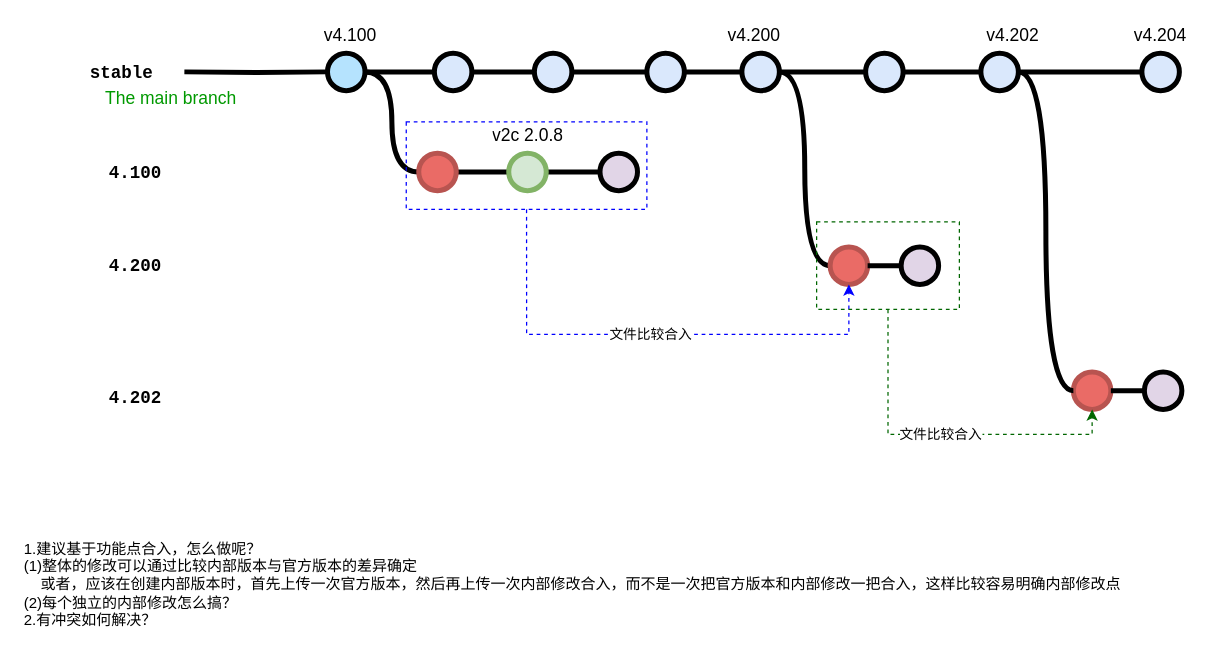
Before: verilator_digrams/version_manage.drawio in Dercury/CLDK, a draw.io diagram. Source tidied: cells renumbered, new cells numbered last; positions are measured from the earlier drawing's top-left corner, leaving out a move shared by most shapes. Both pictures are drawn from the tidied source at 125%, with x=0, y=0 at pixel (21, 21).
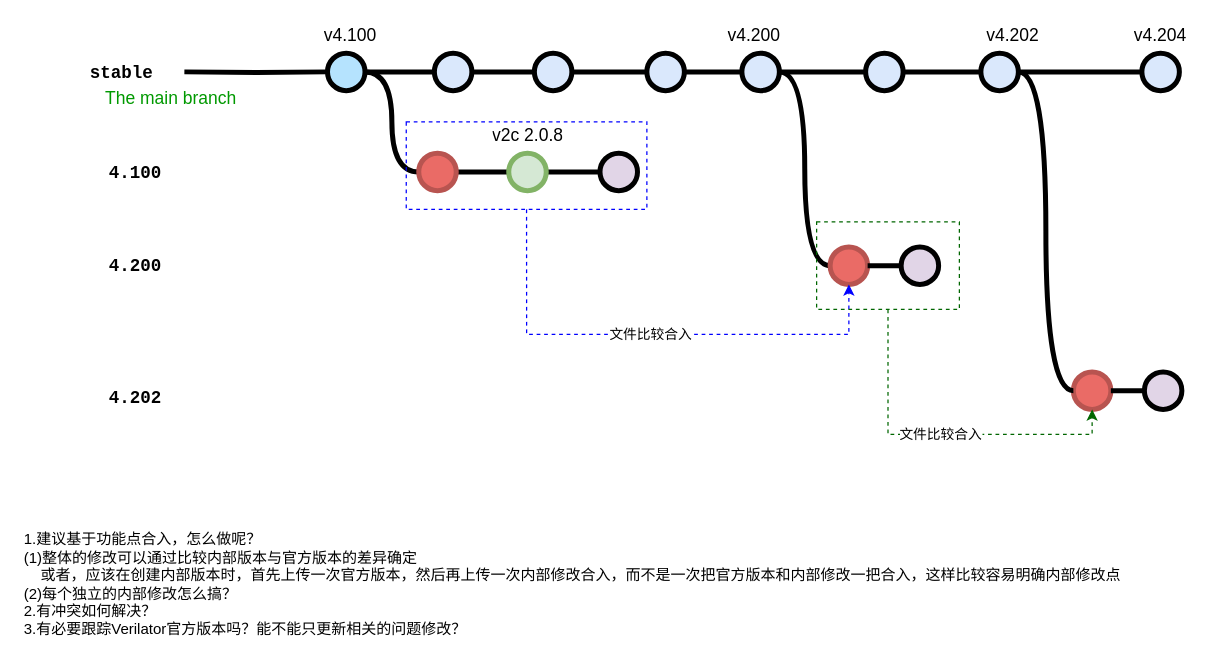
After the change.

Diff of the diagram source:
```diff
@@
-    <mxCell id="46" value="1.建议基于功能点合入，怎么做呢？&lt;br&gt;(1)整体的修改可以通过比较内部版本与官方版本的差异确定&lt;br&gt;&amp;nbsp; &amp;nbsp; 或者，应该在创建内部版本时，首先上传一次官方版本，然后再上传一次内部修改合入，而不是一次把官方版本和内部修改一把合入，这样比较容易明确内部修改点&lt;br&gt;(2)每个独立的内部修改怎么搞？&lt;br&gt;2.有冲突如何解决？&lt;br&gt;" style="text;html=1;align=left;verticalAlign=middle;strokeColor=none;" parent="1" vertex="1">
-      <mxGeometry y="410" width="890" height="80" as="geometry" />
+    <mxCell id="46" value="1.建议基于功能点合入，怎么做呢？&lt;br&gt;(1)整体的修改可以通过比较内部版本与官方版本的差异确定&lt;br&gt;&amp;nbsp; &amp;nbsp; 或者，应该在创建内部版本时，首先上传一次官方版本，然后再上传一次内部修改合入，而不是一次把官方版本和内部修改一把合入，这样比较容易明确内部修改点&lt;br&gt;(2)每个独立的内部修改怎么搞？&lt;br&gt;2.有冲突如何解决？&lt;br&gt;3.有必要跟踪Verilator官方版本吗？能不能只更新相关的问题修改？" style="text;html=1;align=left;verticalAlign=middle;strokeColor=none;" parent="1" vertex="1">
+      <mxGeometry y="405" width="890" height="90" as="geometry" />
     </mxCell>
```
